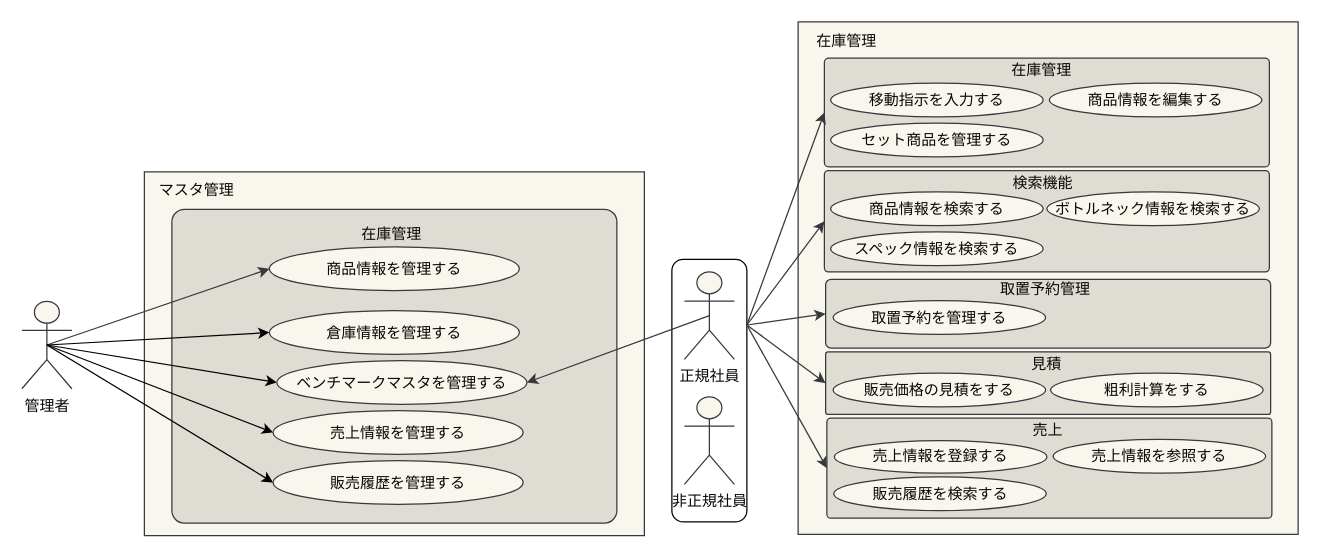
Earlier version of the draw.io diagram page "商品情報管理" (2 of 3) of 各種設計書/2ユースケース図_済/ユースケース図.drawio (HaruShim/Sotuken). Source tidied: cells renumbered, new cells numbered last; positions are measured from the earlier drawing's top-left corner, leaving out a move shared by most shapes. Both pictures are drawn from the tidied source at 125%, with x=0, y=0 at pixel (21, 21).
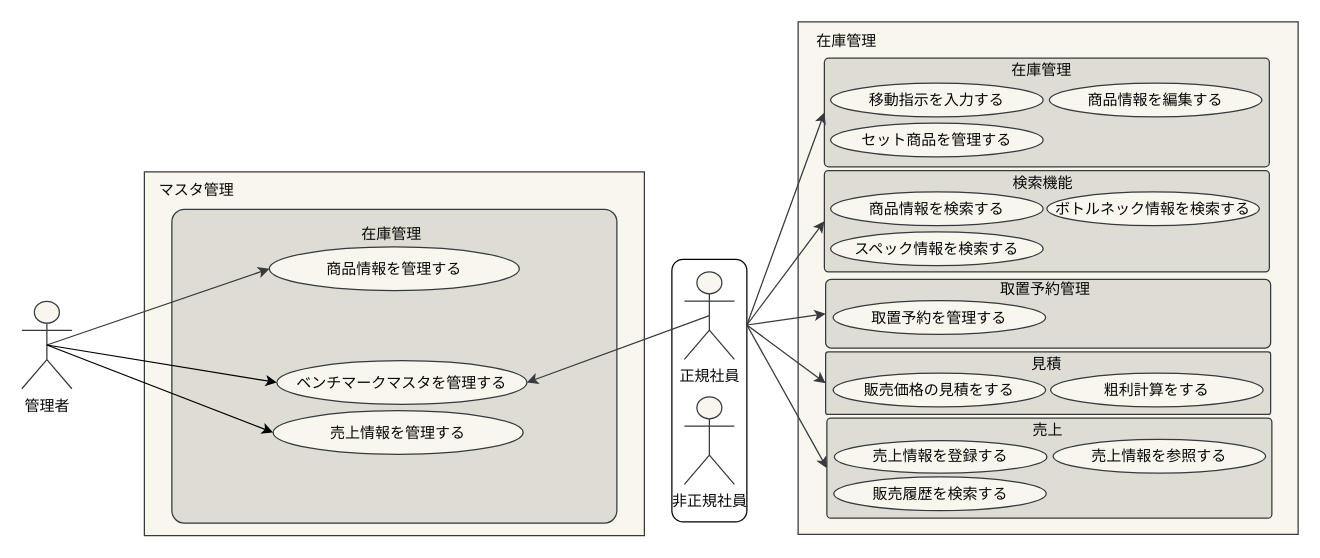
The same page after the edit.

Unchanged cells that the change refers to:
```xml
<mxCell id="12" value="管理者" style="shape=umlActor;verticalLabelPosition=bottom;verticalAlign=top;html=1;outlineConnect=0;strokeColor=#36393d;fillColor=#f9f7ed;fontColor=#080808;" parent="9" vertex="1">
  <mxGeometry y="223.5" width="40" height="70" as="geometry" />
</mxCell>
```

Change to the diagram source:
```diff
@@
-    <mxCell id="22" value="倉庫情報を管理する" style="ellipse;whiteSpace=wrap;html=1;strokeColor=#36393d;fillColor=#f9f7ed;fontColor=#080808;" parent="9" vertex="1">
-      <mxGeometry x="198" y="231" width="200" height="35" as="geometry" />
-    </mxCell>
@@
-    <mxCell id="25" value="販売履歴を管理する" style="ellipse;whiteSpace=wrap;html=1;strokeColor=#36393d;fillColor=#f9f7ed;fontColor=#080808;" parent="9" vertex="1">
-      <mxGeometry x="201" y="351" width="200" height="35" as="geometry" />
-    </mxCell>
@@
-    <mxCell id="40" style="endArrow=classic;html=1;rounded=0;exitX=0.5;exitY=0.5;exitDx=0;exitDy=0;exitPerimeter=0;entryX=0;entryY=0.5;entryDx=0;entryDy=0;" parent="9" edge="1" source="12" target="22">
-      <mxGeometry relative="1" as="geometry" />
-    </mxCell>
@@
-    <mxCell id="43" style="endArrow=classic;html=1;rounded=0;exitX=0.5;exitY=0.5;exitDx=0;exitDy=0;exitPerimeter=0;entryX=0;entryY=0.5;entryDx=0;entryDy=0;" parent="9" edge="1" source="12" target="25">
-      <mxGeometry relative="1" as="geometry" />
-    </mxCell>
```
